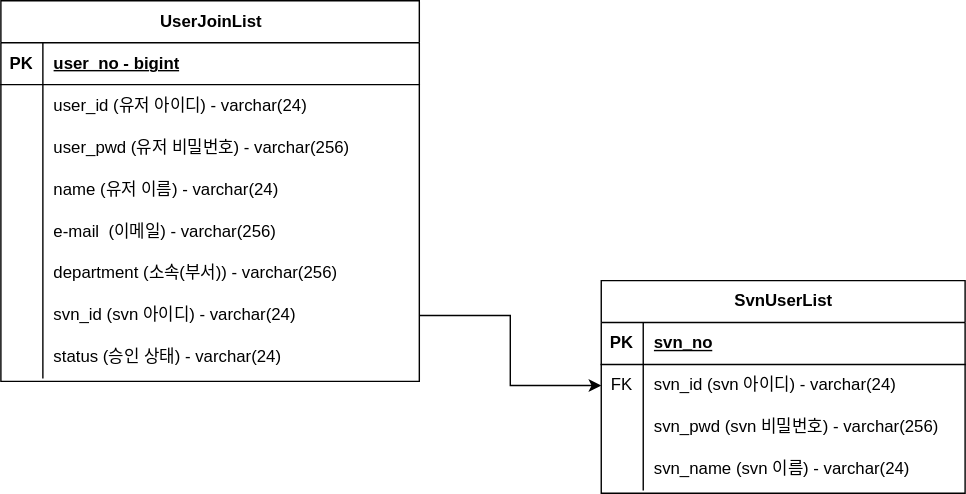
Above: document/UserInfo.svg in elephant97/AutoTasker (draw.io), before the change. Source tidied: cells renumbered, new cells last; positions are measured from the earlier drawing's top-left corner, leaving out a move shared by most shapes.
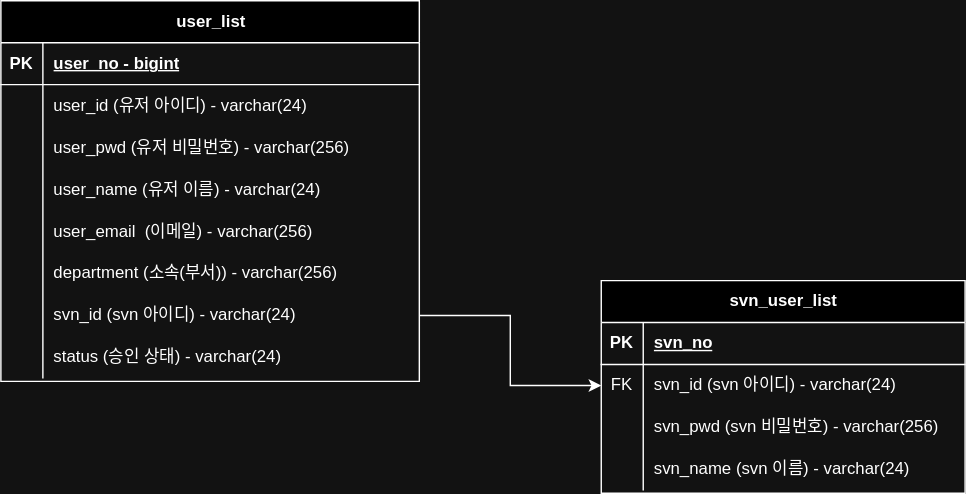
Above is the later version.

Diff of the diagram source:
```diff
@@ -2,7 +2,7 @@
   <root>
     <mxCell id="0" />
     <mxCell id="1" parent="0" />
-    <mxCell id="2" value="UserJoinList" style="shape=table;startSize=30;rowLines=0;fontStyle=1;align=center;html=1;" parent="1" vertex="1">
+    <mxCell id="2" value="user_list" style="shape=table;startSize=30;rowLines=0;fontStyle=1;align=center;html=1;" parent="1" vertex="1">
       <mxGeometry width="299" height="272" as="geometry" />
     </mxCell>
     <mxCell id="3" style="shape=tableRow;horizontal=0;startSize=0;swimlaneHead=0;swimlaneBody=0;fillColor=none;top=0;left=0;right=0;bottom=1;" parent="2" vertex="1">
@@ -38,7 +38,7 @@
     <mxCell id="13" style="shape=partialRectangle;fillColor=none;top=0;left=0;bottom=0;right=0;overflow=hidden;whiteSpace=wrap;html=1;" parent="12" vertex="1">
       <mxGeometry width="30" height="30" as="geometry" />
     </mxCell>
-    <mxCell id="14" value="name (유저 이름) - varchar(24)" style="shape=partialRectangle;fillColor=none;top=0;left=0;bottom=0;right=0;align=left;spacingLeft=6;overflow=hidden;whiteSpace=wrap;html=1;" parent="12" vertex="1">
+    <mxCell id="14" value="user_name (유저 이름) - varchar(24)" style="shape=partialRectangle;fillColor=none;top=0;left=0;bottom=0;right=0;align=left;spacingLeft=6;overflow=hidden;whiteSpace=wrap;html=1;" parent="12" vertex="1">
       <mxGeometry x="30" width="269" height="30" as="geometry" />
     </mxCell>
     <mxCell id="15" style="shape=tableRow;horizontal=0;startSize=0;swimlaneHead=0;swimlaneBody=0;fillColor=none;top=0;left=0;right=0;bottom=0;" parent="2" vertex="1">
@@ -47,7 +47,7 @@
     <mxCell id="16" style="shape=partialRectangle;fillColor=none;top=0;left=0;bottom=0;right=0;overflow=hidden;whiteSpace=wrap;html=1;" parent="15" vertex="1">
       <mxGeometry width="30" height="30" as="geometry" />
     </mxCell>
-    <mxCell id="17" value="e-mail&amp;nbsp; (이메일) - varchar(256)" style="shape=partialRectangle;fillColor=none;top=0;left=0;bottom=0;right=0;align=left;spacingLeft=6;overflow=hidden;whiteSpace=wrap;html=1;" parent="15" vertex="1">
+    <mxCell id="17" value="user_email&amp;nbsp; (이메일) - varchar(256)" style="shape=partialRectangle;fillColor=none;top=0;left=0;bottom=0;right=0;align=left;spacingLeft=6;overflow=hidden;whiteSpace=wrap;html=1;" parent="15" vertex="1">
       <mxGeometry x="30" width="269" height="30" as="geometry" />
     </mxCell>
     <mxCell id="18" style="shape=tableRow;horizontal=0;startSize=0;swimlaneHead=0;swimlaneBody=0;fillColor=none;top=0;left=0;right=0;bottom=0;" parent="2" vertex="1">
@@ -80,7 +80,7 @@
     <mxCell id="27" style="edgeStyle=orthogonalEdgeStyle;rounded=0;jettySize=auto;html=1;entryX=0;entryY=0.5;entryDx=0;entryDy=0;" parent="1" edge="1" source="21" target="32">
       <mxGeometry relative="1" as="geometry" />
     </mxCell>
-    <mxCell id="28" value="SvnUserList" style="shape=table;startSize=30;rowLines=0;fontStyle=1;align=center;html=1;" parent="1" vertex="1">
+    <mxCell id="28" value="svn_user_list" style="shape=table;startSize=30;rowLines=0;fontStyle=1;align=center;html=1;" parent="1" vertex="1">
       <mxGeometry x="429" y="200" width="260" height="152" as="geometry" />
     </mxCell>
     <mxCell id="29" style="shape=tableRow;horizontal=0;startSize=0;swimlaneHead=0;swimlaneBody=0;fillColor=none;top=0;left=0;right=0;bottom=1;" parent="28" vertex="1">
```
